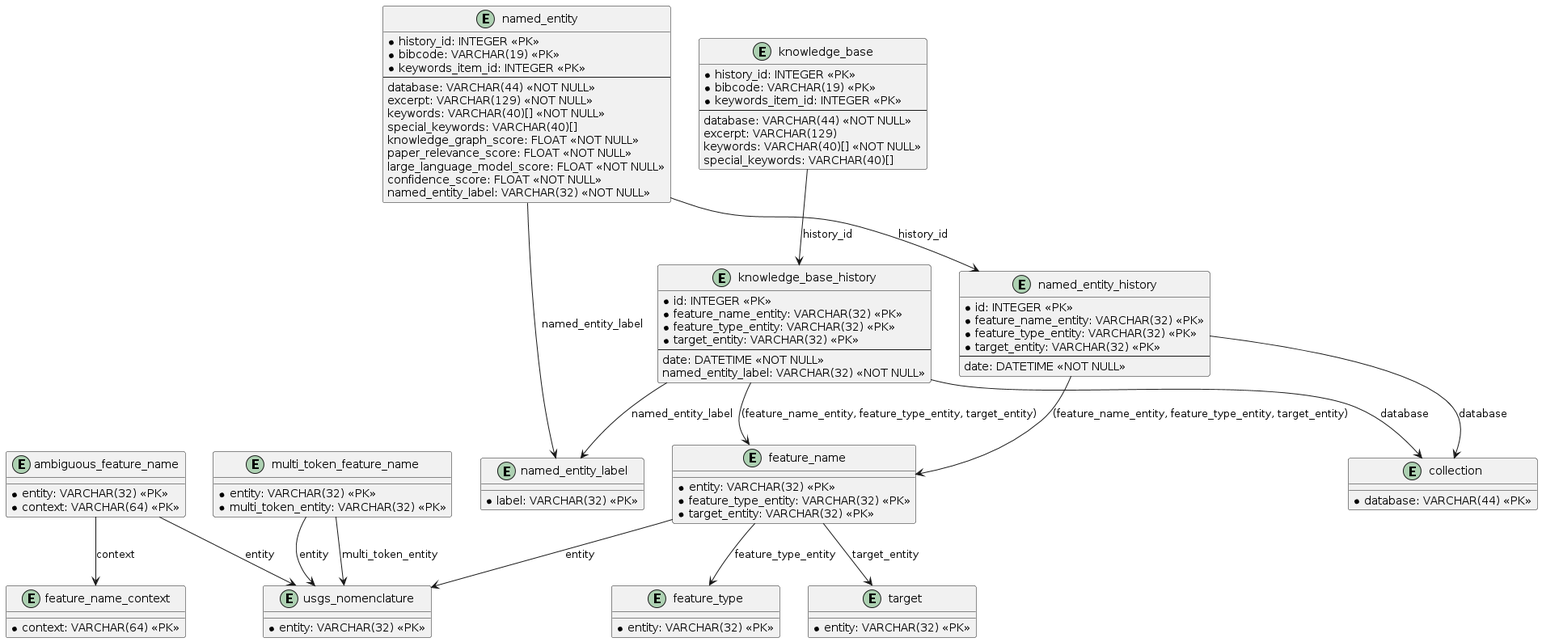
golnazads/ADSPlanetaryNamesPipeline keeps this PlantUML diagram as docs/database_UML.png. Above is the earlier version.
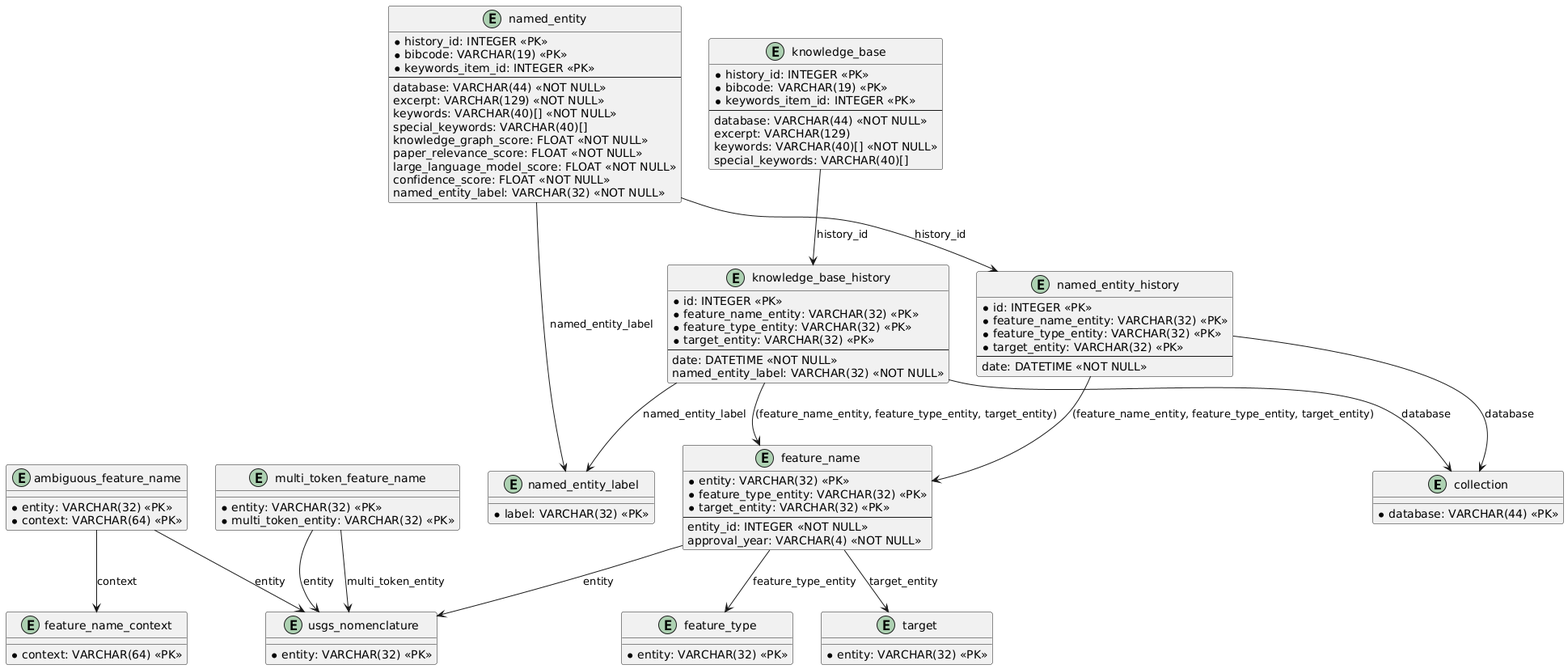
Later version of the same file.

Commit message:
added two columns of entity_id and approval_date to feature_name table, adjusted data/unittest/uml diagram

The edit, as a diff of the source:
```diff
@@ -25,6 +25,9 @@
   *entity: VARCHAR(32) <<PK>>
   *feature_type_entity: VARCHAR(32) <<PK>>
   *target_entity: VARCHAR(32) <<PK>>
+  --
+  entity_id: INTEGER <<NOT NULL>>
+  approval_year: VARCHAR(4) <<NOT NULL>>
 }
 
 entity "feature_type" {
```
